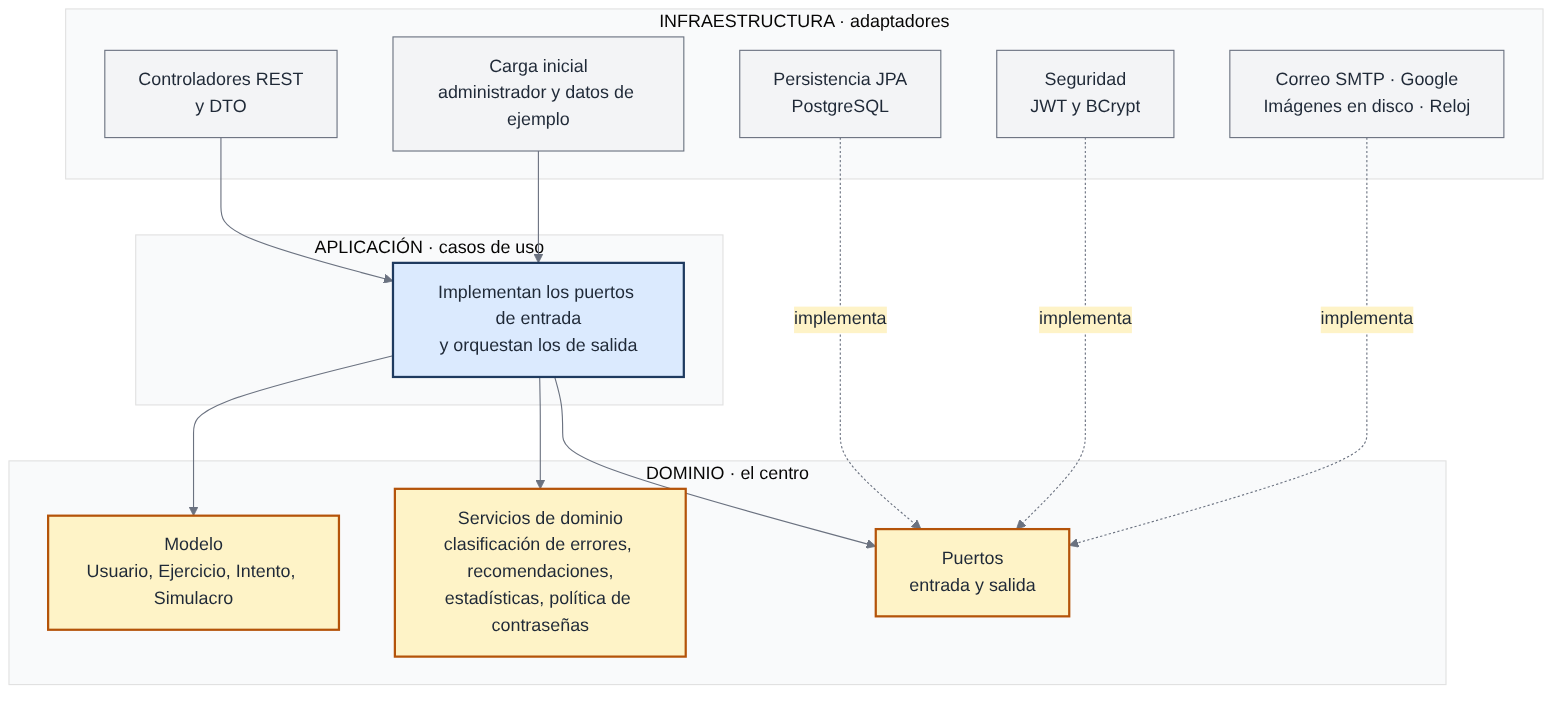
Above: docs/imagenes/capas.png in gjcardonam/brujula-api (Mermaid), before the change. Its source is kept beside it as docs/diagramas/capas.mmd.
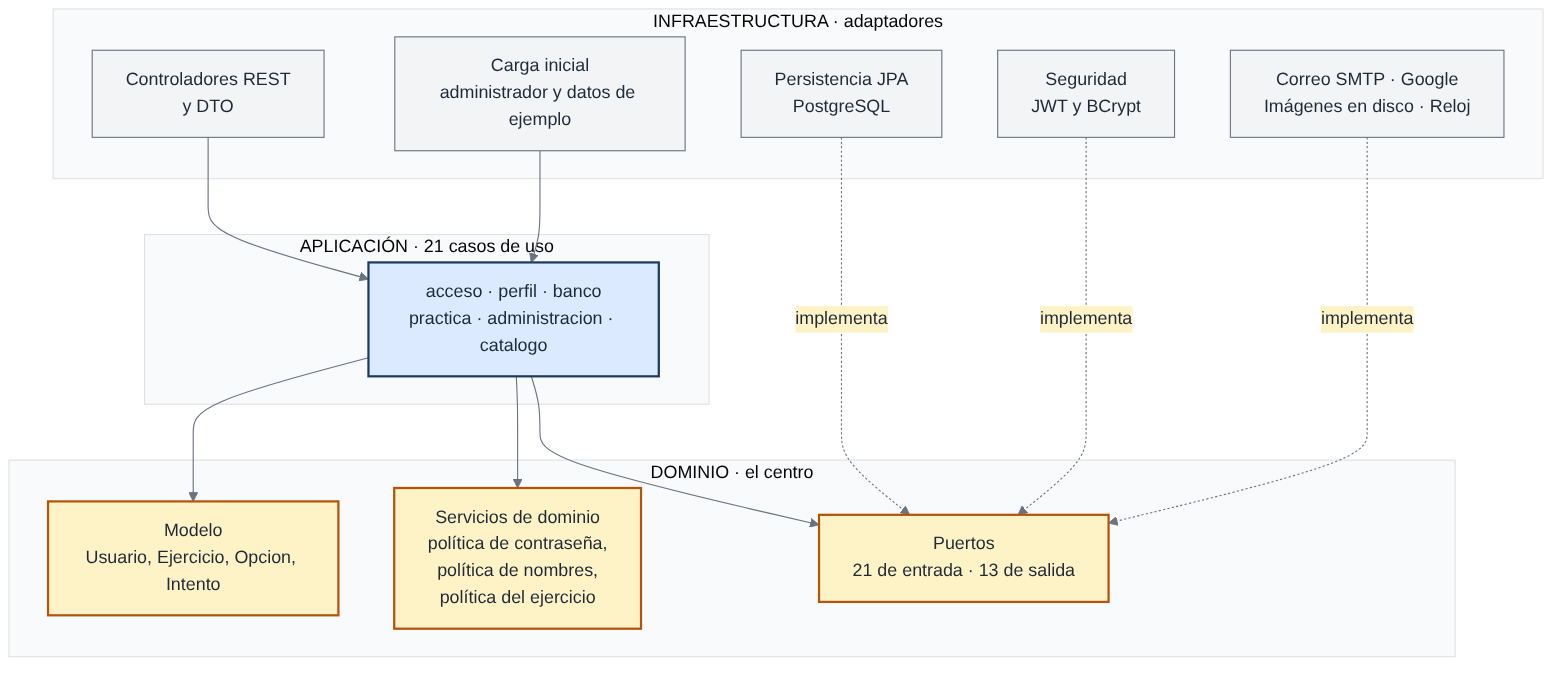
The same file after the commit.

What changed in the source:
```diff
@@ -8,14 +8,14 @@
         EXT["Correo SMTP · Google<br/>Imágenes en disco · Reloj"]
     end
 
-    subgraph APP["APLICACIÓN · casos de uso"]
-        CASOS["Implementan los puertos de entrada<br/>y orquestan los de salida"]
+    subgraph APP["APLICACIÓN · 21 casos de uso"]
+        CASOS["acceso · perfil · banco<br/>practica · administracion · catalogo"]
     end
 
     subgraph DOM["DOMINIO · el centro"]
-        MODELO["Modelo<br/>Usuario, Ejercicio, Intento, Simulacro"]
-        SERV["Servicios de dominio<br/>clasificación de errores, recomendaciones,<br/>estadísticas, política de contraseñas"]
-        PUERTOS["Puertos<br/>entrada y salida"]
+        MODELO["Modelo<br/>Usuario, Ejercicio, Opcion, Intento"]
+        SERV["Servicios de dominio<br/>política de contraseña,<br/>política de nombres,<br/>política del ejercicio"]
+        PUERTOS["Puertos<br/>21 de entrada · 13 de salida"]
     end
 
     REST --> CASOS
```
